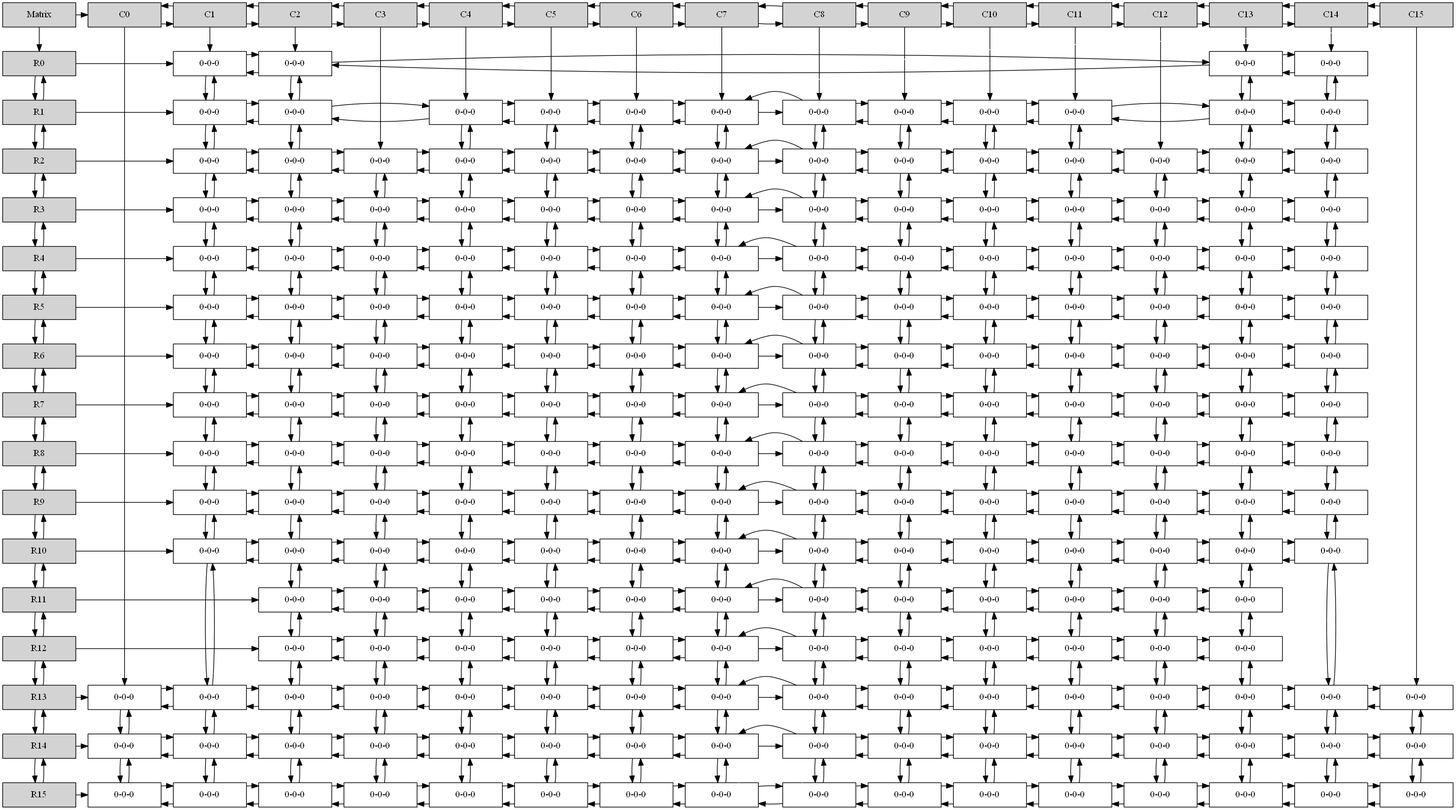
Before: Structures/sombra.png, a diagram exported from Graphviz (deathstroke021/EDD_2S2019_PY1_201503961). Its source is kept beside it as Structures/sombra.dot.
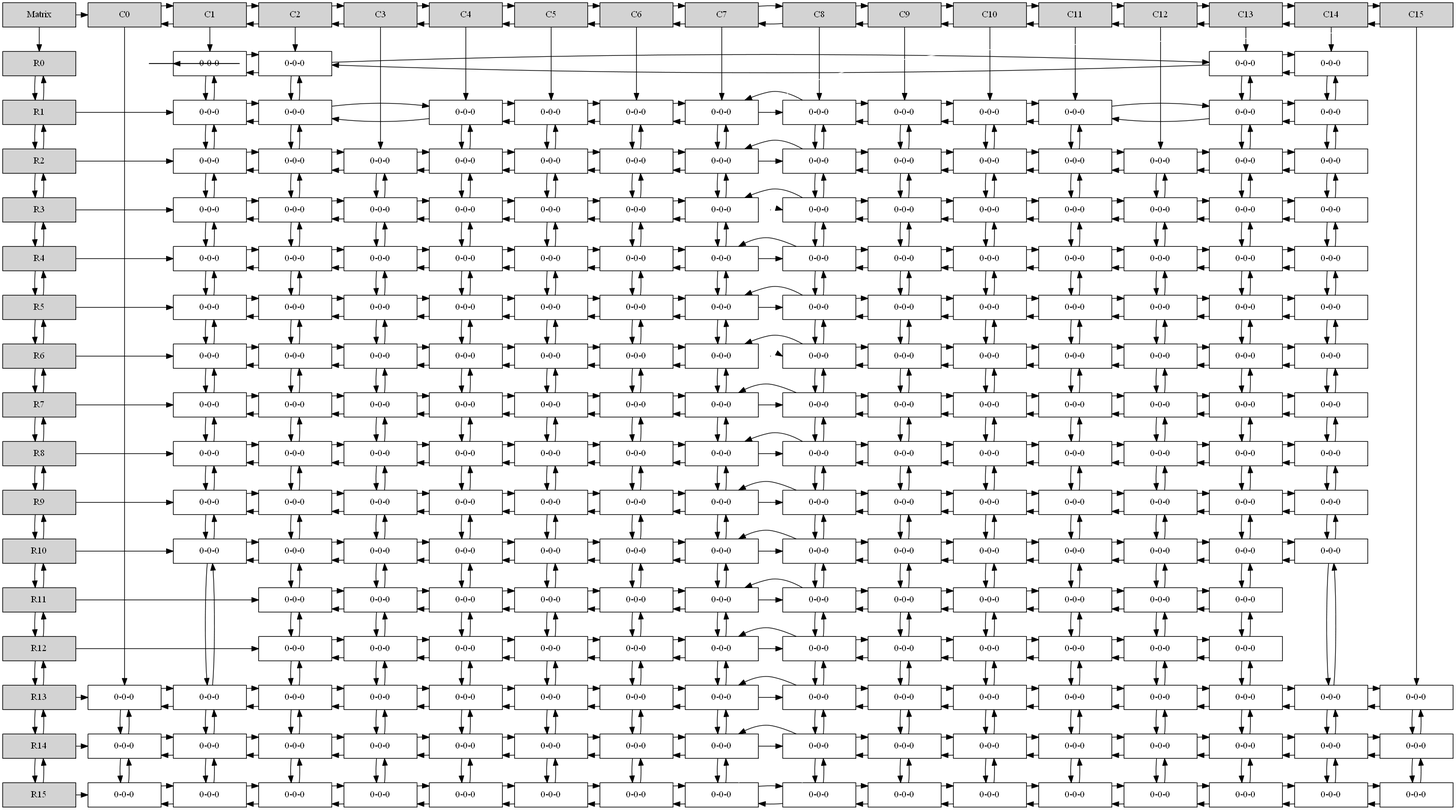
Later version of the same file.

What changed in the source:
```diff
@@ -15,55 +15,8 @@
 e11[ shape = point, width = 0 ];
 e12[ shape = point, width = 0 ];
 e13[ shape = point, width = 0 ];
-A0[label ="C0" width = 1.5 style = filled, group =2];
-A0->A1;
-A1[label ="C1" width = 1.5 style = filled, group =3];
-A1->A2;
-A1->A0;
-A2[label ="C2" width = 1.5 style = filled, group =4];
-A2->A3;
-A2->A1;
-A3[label ="C3" width = 1.5 style = filled, group =5];
-A3->A4;
-A3->A2;
-A4[label ="C4" width = 1.5 style = filled, group =6];
-A4->A5;
-A4->A3;
-A5[label ="C5" width = 1.5 style = filled, group =7];
-A5->A6;
-A5->A4;
-A6[label ="C6" width = 1.5 style = filled, group =8];
-A6->A7;
-A6->A5;
-A7[label ="C7" width = 1.5 style = filled, group =9];
-A7->A8;
-A7->A6;
-A8[label ="C8" width = 1.5 style = filled, group =10];
-A8->A9;
-A8->A7;
-A9[label ="C9" width = 1.5 style = filled, group =11];
-A9->A10;
-A9->A8;
-A10[label ="C10" width = 1.5 style = filled, group =12];
-A10->A11;
-A10->A9;
-A11[label ="C11" width = 1.5 style = filled, group =13];
-A11->A12;
-A11->A10;
-A12[label ="C12" width = 1.5 style = filled, group =14];
-A12->A13;
-A12->A11;
-A13[label ="C13" width = 1.5 style = filled, group =15];
-A13->A14;
-A13->A12;
-A14[label ="C14" width = 1.5 style = filled, group =16];
-A14->A15;
-A14->A13;
-A15[label ="C15" width = 1.5 style = filled, group =17];
-A15->A14;
-{ rank = same; Mt; A0; A1; A2; A3; A4; A5; A6; A7; A8; A9; A10; A11; A12; A13; A14; A15; }
 U0[label = "R0"    width = 1.5 style = filled, group = 1 ];
-U0->U1;
+Mt->U0;
 N1_L0 [label = "0-0-0" width = 1.5, group =3];
 U0 -> N1_L0;
 A1 -> N1_L0;
@@ -81,8 +34,8 @@
 A14 -> N14_L0;
 { rank = same; U0;N1_L0;N2_L0;N13_L0;N14_L0;}
 U1[label = "R1"    width = 1.5 style = filled, group = 1 ];
-U1->U2;
-U1->U0;
+U1 -> U0;
+U0 -> U1;
 N1_L1 [label = "0-0-0" width = 1.5, group =3];
 U1 -> N1_L1;
 N1_L1 -> N1_L0;
@@ -136,8 +89,9 @@
 N14_L0 -> N14_L1;
 { rank = same; U1;N1_L1;N2_L1;N4_L1;N5_L1;N6_L1;N7_L1;N8_L1;N9_L1;N10_L1;N11_L1;N13_L1;N14_L1;}
 U2[label = "R2"    width = 1.5 style = filled, group = 1 ];
-U2->U3;
-U2->U1;
+U2 -> U1;
+U1 -> U2;
+{ rank = same; U1; e0}
 N1_L2 [label = "0-0-0" width = 1.5, group =3];
 U2 -> N1_L2;
 N1_L2 -> N1_L1;
@@ -207,8 +161,9 @@
 N14_L1 -> N14_L2;
 { rank = same; U2;N1_L2;N2_L2;N3_L2;N4_L2;N5_L2;N6_L2;N7_L2;N8_L2;N9_L2;N10_L2;N11_L2;N12_L2;N13_L2;N14_L2;}
 U3[label = "R3"    width = 1.5 style = filled, group = 1 ];
-U3->U4;
-U3->U2;
+U3 -> U2;
+U2 -> U3;
+{ rank = same; U2; e1}
 N1_L3 [label = "0-0-0" width = 1.5, group =3];
 U3 -> N1_L3;
 N1_L3 -> N1_L2;
@@ -280,8 +235,9 @@
 N14_L2 -> N14_L3;
 { rank = same; U3;N1_L3;N2_L3;N3_L3;N4_L3;N5_L3;N6_L3;N7_L3;N8_L3;N9_L3;N10_L3;N11_L3;N12_L3;N13_L3;N14_L3;}
 U4[label = "R4"    width = 1.5 style = filled, group = 1 ];
-U4->U5;
-U4->U3;
+U4 -> U3;
+U3 -> U4;
+{ rank = same; U3; e2}
 N1_L4 [label = "0-0-0" width = 1.5, group =3];
 U4 -> N1_L4;
 N1_L4 -> N1_L3;
@@ -353,8 +309,9 @@
 N14_L3 -> N14_L4;
 { rank = same; U4;N1_L4;N2_L4;N3_L4;N4_L4;N5_L4;N6_L4;N7_L4;N8_L4;N9_L4;N10_L4;N11_L4;N12_L4;N13_L4;N14_L4;}
 U5[label = "R5"    width = 1.5 style = filled, group = 1 ];
-U5->U6;
-U5->U4;
+U5 -> U4;
+U4 -> U5;
+{ rank = same; U4; e3}
 N1_L5 [label = "0-0-0" width = 1.5, group =3];
 U5 -> N1_L5;
 N1_L5 -> N1_L4;
@@ -426,8 +383,9 @@
 N14_L4 -> N14_L5;
 { rank = same; U5;N1_L5;N2_L5;N3_L5;N4_L5;N5_L5;N6_L5;N7_L5;N8_L5;N9_L5;N10_L5;N11_L5;N12_L5;N13_L5;N14_L5;}
 U6[label = "R6"    width = 1.5 style = filled, group = 1 ];
-U6->U7;
-U6->U5;
+U6 -> U5;
+U5 -> U6;
+{ rank = same; U5; e4}
 N1_L6 [label = "0-0-0" width = 1.5, group =3];
 U6 -> N1_L6;
 N1_L6 -> N1_L5;
@@ -499,8 +457,9 @@
 N14_L5 -> N14_L6;
 { rank = same; U6;N1_L6;N2_L6;N3_L6;N4_L6;N5_L6;N6_L6;N7_L6;N8_L6;N9_L6;N10_L6;N11_L6;N12_L6;N13_L6;N14_L6;}
 U7[label = "R7"    width = 1.5 style = filled, group = 1 ];
-U7->U8;
-U7->U6;
+U7 -> U6;
+U6 -> U7;
+{ rank = same; U6; e5}
 N1_L7 [label = "0-0-0" width = 1.5, group =3];
 U7 -> N1_L7;
 N1_L7 -> N1_L6;
@@ -572,8 +531,9 @@
 N14_L6 -> N14_L7;
 { rank = same; U7;N1_L7;N2_L7;N3_L7;N4_L7;N5_L7;N6_L7;N7_L7;N8_L7;N9_L7;N10_L7;N11_L7;N12_L7;N13_L7;N14_L7;}
 U8[label = "R8"    width = 1.5 style = filled, group = 1 ];
-U8->U9;
-U8->U7;
+U8 -> U7;
+U7 -> U8;
+{ rank = same; U7; e6}
 N1_L8 [label = "0-0-0" width = 1.5, group =3];
 U8 -> N1_L8;
 N1_L8 -> N1_L7;
@@ -645,8 +605,9 @@
 N14_L7 -> N14_L8;
 { rank = same; U8;N1_L8;N2_L8;N3_L8;N4_L8;N5_L8;N6_L8;N7_L8;N8_L8;N9_L8;N10_L8;N11_L8;N12_L8;N13_L8;N14_L8;}
 U9[label = "R9"    width = 1.5 style = filled, group = 1 ];
-U9->U10;
-U9->U8;
+U9 -> U8;
+U8 -> U9;
+{ rank = same; U8; e7}
 N1_L9 [label = "0-0-0" width = 1.5, group =3];
 U9 -> N1_L9;
 N1_L9 -> N1_L8;
@@ -718,8 +679,9 @@
 N14_L8 -> N14_L9;
 { rank = same; U9;N1_L9;N2_L9;N3_L9;N4_L9;N5_L9;N6_L9;N7_L9;N8_L9;N9_L9;N10_L9;N11_L9;N12_L9;N13_L9;N14_L9;}
 U10[label = "R10"    width = 1.5 style = filled, group = 1 ];
-U10->U11;
-U10->U9;
+U10 -> U9;
+U9 -> U10;
+{ rank = same; U9; e8}
 N1_L10 [label = "0-0-0" width = 1.5, group =3];
 U10 -> N1_L10;
 N1_L10 -> N1_L9;
@@ -791,8 +753,9 @@
 N14_L9 -> N14_L10;
 { rank = same; U10;N1_L10;N2_L10;N3_L10;N4_L10;N5_L10;N6_L10;N7_L10;N8_L10;N9_L10;N10_L10;N11_L10;N12_L10;N13_L10;N14_L10;}
 U11[label = "R11"    width = 1.5 style = filled, group = 1 ];
-U11->U12;
-U11->U10;
+U11 -> U10;
+U10 -> U11;
+{ rank = same; U10; e9}
 N2_L11 [label = "0-0-0" width = 1.5, group =4];
 U11 -> N2_L11;
 N2_L11 -> N2_L10;
@@ -854,8 +817,9 @@
 N13_L10 -> N13_L11;
 { rank = same; U11;N2_L11;N3_L11;N4_L11;N5_L11;N6_L11;N7_L11;N8_L11;N9_L11;N10_L11;N11_L11;N12_L11;N13_L11;}
 U12[label = "R12"    width = 1.5 style = filled, group = 1 ];
-U12->U13;
-U12->U11;
+U12 -> U11;
+U11 -> U12;
+{ rank = same; U11; e10}
 N2_L12 [label = "0-0-0" width = 1.5, group =4];
 U12 -> N2_L12;
 N2_L12 -> N2_L11;
@@ -917,8 +881,9 @@
 N13_L11 -> N13_L12;
 { rank = same; U12;N2_L12;N3_L12;N4_L12;N5_L12;N6_L12;N7_L12;N8_L12;N9_L12;N10_L12;N11_L12;N12_L12;N13_L12;}
 U13[label = "R13"    width = 1.5 style = filled, group = 1 ];
-U13->U14;
-U13->U12;
+U13 -> U12;
+U12 -> U13;
+{ rank = same; U12; e11}
 N0_L13 [label = "0-0-0" width = 1.5, group =2];
 U13 -> N0_L13;
 A0 -> N0_L13;
@@ -998,8 +963,9 @@
 A15 -> N15_L13;
 { rank = same; U13;N0_L13;N1_L13;N2_L13;N3_L13;N4_L13;N5_L13;N6_L13;N7_L13;N8_L13;N9_L13;N10_L13;N11_L13;N12_L13;N13_L13;N14_L13;N15_L13;}
 U14[label = "R14"    width = 1.5 style = filled, group = 1 ];
-U14->U15;
-U14->U13;
+U14 -> U13;
+U13 -> U14;
+{ rank = same; U13; e12}
 N0_L14 [label = "0-0-0" width = 1.5, group =2];
 U14 -> N0_L14;
 N0_L14 -> N0_L13;
@@ -1081,7 +1047,9 @@
 N15_L13 -> N15_L14;
 { rank = same; U14;N0_L14;N1_L14;N2_L14;N3_L14;N4_L14;N5_L14;N6_L14;N7_L14;N8_L14;N9_L14;N10_L14;N11_L14;N12_L14;N13_L14;N14_L14;N15_L14;}
 U15[label = "R15"    width = 1.5 style = filled, group = 1 ];
-U15->U14;
+U15 -> U14;
+U14 -> U15;
+{ rank = same; U14; e13}
 N0_L15 [label = "0-0-0" width = 1.5, group =2];
 U15 -> N0_L15;
 N0_L15 -> N0_L14;
@@ -1178,22 +1146,54 @@
 N15_L14 -> N15_L15;
 e13-> N15_L15[dir = none, color = "white"];
 { rank = same; U15;N0_L15;N1_L15;N2_L15;N3_L15;N4_L15;N5_L15;N6_L15;N7_L15;N8_L15;N9_L15;N10_L15;N11_L15;N12_L15;N13_L15;N14_L15;N15_L15;}
-Mt->U0;
+A0[label ="C0" width = 1.5 style = filled, group =2];
 Mt->A0;
-{ rank = same; U1; e0}
-{ rank = same; U2; e1}
-{ rank = same; U3; e2}
-{ rank = same; U4; e3}
-{ rank = same; U5; e4}
-{ rank = same; U6; e5}
-{ rank = same; U7; e6}
-{ rank = same; U8; e7}
-{ rank = same; U9; e8}
-{ rank = same; U10; e9}
-{ rank = same; U11; e10}
-{ rank = same; U12; e11}
-{ rank = same; U13; e12}
-{ rank = same; U14; e13}
+A1[label ="C1" width = 1.5 style = filled, group =3];
+A1->A0;
+A0->A1;
+A2[label ="C2" width = 1.5 style = filled, group =4];
+A2->A1;
+A1->A2;
+A3[label ="C3" width = 1.5 style = filled, group =5];
+A3->A2;
+A2->A3;
+A4[label ="C4" width = 1.5 style = filled, group =6];
+A4->A3;
+A3->A4;
+A5[label ="C5" width = 1.5 style = filled, group =7];
+A5->A4;
+A4->A5;
+A6[label ="C6" width = 1.5 style = filled, group =8];
+A6->A5;
+A5->A6;
+A7[label ="C7" width = 1.5 style = filled, group =9];
+A7->A6;
+A6->A7;
+A8[label ="C8" width = 1.5 style = filled, group =10];
+A8->A7;
+A7->A8;
+A9[label ="C9" width = 1.5 style = filled, group =11];
+A9->A8;
+A8->A9;
+A10[label ="C10" width = 1.5 style = filled, group =12];
+A10->A9;
+A9->A10;
+A11[label ="C11" width = 1.5 style = filled, group =13];
+A11->A10;
+A10->A11;
+A12[label ="C12" width = 1.5 style = filled, group =14];
+A12->A11;
+A11->A12;
+A13[label ="C13" width = 1.5 style = filled, group =15];
+A13->A12;
+A12->A13;
+A14[label ="C14" width = 1.5 style = filled, group =16];
+A14->A13;
+A13->A14;
+A15[label ="C15" width = 1.5 style = filled, group =17];
+A15->A14;
+A14->A15;
+{ rank = same; Mt; A0; A1; A2; A3; A4; A5; A6; A7; A8; A9; A10; A11; A12; A13; A14; A15; }
 A15-> e0[ dir = none, color = "white" ];
 e0-> e1[ dir = none, color = "white" ];
 e1-> e2[ dir = none, color = "white" ];
```
